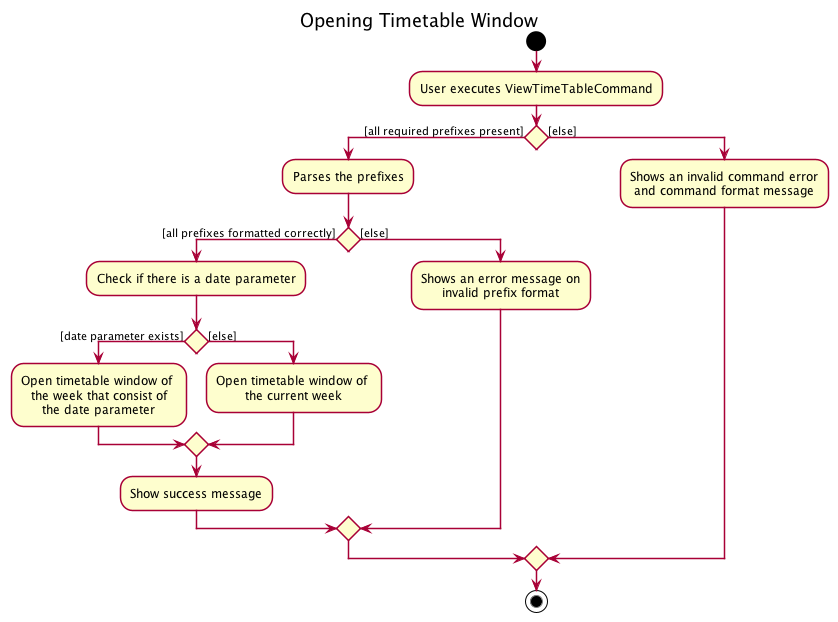
Earlier version of the PlantUML export docs/images/timetable/TimetableWindowActivityDiagram.png (nus-cs2103-AY2021S2/tp).
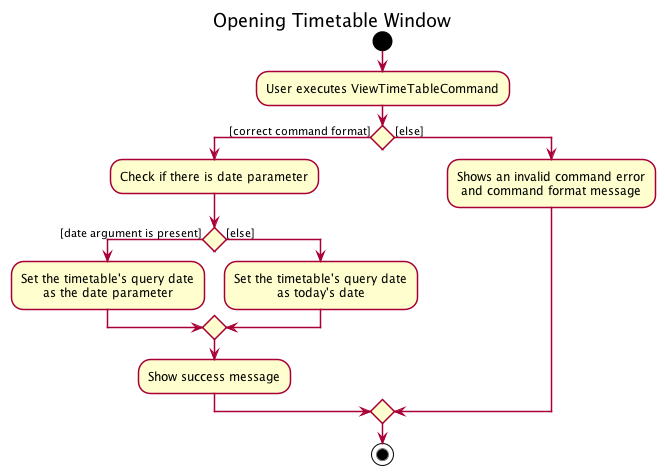
Later version of the same file.

The edit, as a diff of the source:
```diff
@@ -5,27 +5,19 @@
 start
 :User executes ViewTimeTableCommand;
 
-if () then ([all required prefixes present])
-      :Parses the prefixes;
+if () then ([correct command format])
+      :Check if there is date parameter;
 
-      if () then ([all prefixes formatted correctly])
-      :Check if there is a date parameter;
+      if () then ([date argument is present])
+      :Set the timetable's query date
+      as the date parameter;
 
-          if () then ([date parameter exists])
-          :Open timetable window of \n the week that consist of \nthe date parameter;
-
-          else ([else])
-          :Open timetable window of \nthe current week;
+      else ([else])
+      :Set the timetable's query date
+      as today's date;
 
       endif
           :Show success message;
-
-      else ([else])
-
-      :Shows an error message on
-      invalid prefix format;
-
-      endif
 
 else ([else])
     :Shows an invalid command error
```
